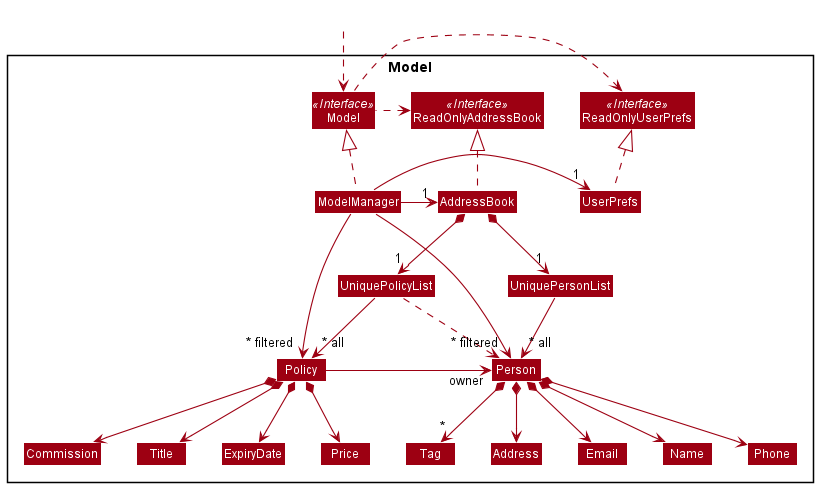
Earlier version of the PlantUML export docs/images/ModelClassDiagram.png (nus-cs2103-AY2122S1/tp).
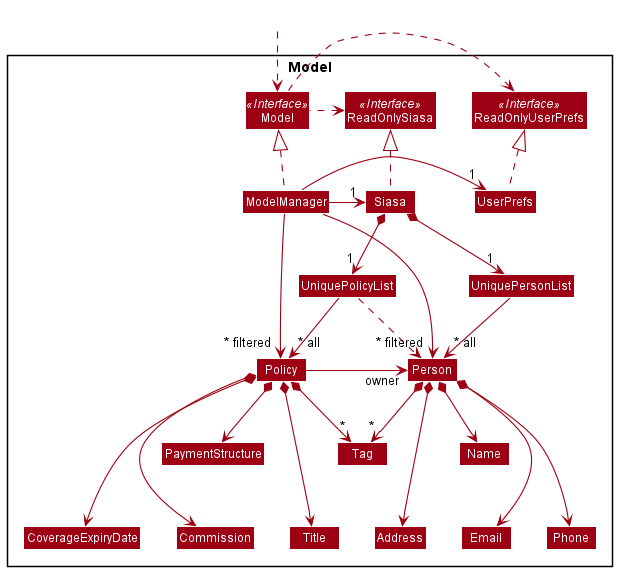
The same file after the commit.

What changed in the source:
```diff
@@ -5,11 +5,11 @@
 skinparam classBackgroundColor MODEL_COLOR
 
 Package Model <<Rectangle>>{
-Interface ReadOnlyAddressBook <<Interface>>
+Interface ReadOnlySiasa <<Interface>>
 Interface ReadOnlyUserPrefs <<Interface>>
 Interface Model <<Interface>>
-Class AddressBook
-Class ReadOnlyAddressBook
+Class Siasa
+Class ReadOnlySiasa
 Class Model
 Class ModelManager
 Class UserPrefs
@@ -27,25 +27,25 @@
 
 Class UniquePolicyList
 Class Policy
-Class Price
+Class PaymentStructure
 Class Commission
 Class Title
-Class ExpiryDate
+Class CoverageExpiryDate
 }
 
 Class HiddenOutside #FFFFFF
 HiddenOutside ..> Model
 
-AddressBook .up.|> ReadOnlyAddressBook
+Siasa .up.|> ReadOnlySiasa
 
 ModelManager .up.|> Model
 Model .right.> ReadOnlyUserPrefs
-Model .left.> ReadOnlyAddressBook
-ModelManager -left-> "1" AddressBook
+Model .left.> ReadOnlySiasa
+ModelManager -left-> "1" Siasa
 ModelManager -right-> "1" UserPrefs
 UserPrefs .up.|> ReadOnlyUserPrefs
 
-AddressBook *--> "1" UniquePersonList
+Siasa *--> "1" UniquePersonList
 UniquePersonList --> "~* all" Person
 Person *--> Name
 Person *--> Phone
@@ -53,18 +53,27 @@
 Person *--> Address
 Person *--> "*" Tag
 
-AddressBook *--> "1" UniquePolicyList
+Siasa *--> "1" UniquePolicyList
 UniquePolicyList --> "~* all" Policy
 UniquePolicyList ..> Person
-Policy *--> Price
+Policy *--> PaymentStructure
 Policy *--> Commission
 Policy *--> Title
-Policy *--> ExpiryDate
+Policy *--> "*" Tag
+Policy *--> CoverageExpiryDate
 Policy -right->"owner" Person
 
-Name -[hidden]right-> Phone
-Phone -[hidden]right-> Address
-Address -[hidden]right-> Email
+Name -[hidden]down-> Phone
+Name -[hidden]down-> Address
+Name -[hidden]down-> Email
+
+
+PaymentStructure -[hidden]down-> Title
+PaymentStructure -[hidden]down-> CoverageExpiryDate
+PaymentStructure -[hidden]down-> Commission
+
+
+
 
 ModelManager -->"~* filtered" Person
 ModelManager -->"~* filtered" Policy
```
